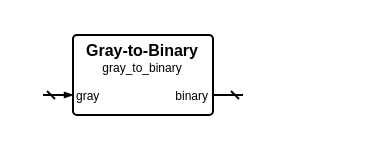
Earlier version of the draw.io diagram sources/encoding/gray/gray_to_binary.symbol.drawio (Louis-DR/OmniCores-BuildingBlocks). Source tidied: cells renumbered, new cells numbered last; positions are measured from the earlier drawing's top-left corner, leaving out a move shared by most shapes. Both pictures are drawn from the tidied source at 200%, with x=0, y=0 at pixel (42, 34).
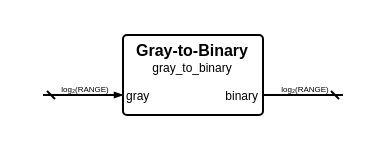
Above is the later version.

The edit, as a diff of the source:
```diff
@@
 <mxGraphModel>
   <root>
     <mxCell id="0" />
     <mxCell id="1" parent="0" />
     <mxCell id="2" style="group;" parent="1" vertex="1">
-      <mxGeometry width="100" height="40" as="geometry" />
+      <mxGeometry width="150" height="40" as="geometry" />
     </mxCell>
     <mxCell id="3" style="rounded=1;arcSize=5;fillColor=none;strokeWidth=1;strokeColor=black;whiteSpace=wrap;html=1;" parent="2" vertex="1">
-      <mxGeometry x="15" width="70" height="40" as="geometry" />
+      <mxGeometry x="40" width="70" height="40" as="geometry" />
     </mxCell>
     <mxCell id="4" value="Gray-to-Binary" style="text;html=1;align=center;verticalAlign=middle;whiteSpace=wrap;rounded=0;fontSize=8;fontStyle=1;fontColor=black;" parent="2" vertex="1">
-      <mxGeometry x="15" y="7" width="70" as="geometry" />
+      <mxGeometry x="40" y="7" width="70" as="geometry" />
     </mxCell>
     <mxCell id="5" value="gray_to_binary" style="text;html=1;align=center;verticalAlign=middle;whiteSpace=wrap;rounded=0;fontSize=6;fontStyle=0;fontColor=black;" parent="2" vertex="1">
-      <mxGeometry x="15" y="16" width="70" as="geometry" />
+      <mxGeometry x="40" y="16" width="70" as="geometry" />
     </mxCell>
     <mxCell id="6" value="gray" style="text;html=1;align=left;verticalAlign=middle;whiteSpace=wrap;rounded=0;fontSize=6;fontStyle=0;fontColor=black;" parent="2" vertex="1">
-      <mxGeometry x="15" y="30" width="70" as="geometry" />
+      <mxGeometry x="40" y="30" width="70" as="geometry" />
     </mxCell>
     <mxCell id="7" style="html=1;rounded=1;strokeWidth=1;strokeColor=black;startFill=0;startSize=2;startArrow=dash;endFill=1;endSize=2;endArrow=blockThin;sourcePerimeterSpacing=0;" parent="2" edge="1">
       <mxGeometry relative="1" as="geometry">
         <mxPoint y="30" as="sourcePoint" />
-        <mxPoint x="15" y="30" as="targetPoint" />
+        <mxPoint x="40" y="30" as="targetPoint" />
       </mxGeometry>
     </mxCell>
+    <mxCell id="10" value="log₂(RANGE)" style="text;html=1;align=center;verticalAlign=middle;whiteSpace=nowrap;rounded=0;fontSize=4;fontStyle=0;fontColor=black;" parent="2" vertex="1">
+      <mxGeometry x="20" y="27" as="geometry" />
+    </mxCell>
     <mxCell id="8" value="binary" style="text;html=1;align=right;verticalAlign=middle;whiteSpace=wrap;rounded=0;fontSize=6;fontStyle=0;fontColor=black;" parent="2" vertex="1">
-      <mxGeometry x="15" y="30" width="70" as="geometry" />
+      <mxGeometry x="40" y="30" width="70" as="geometry" />
     </mxCell>
     <mxCell id="9" style="html=1;rounded=1;strokeWidth=1;strokeColor=black;startFill=0;startSize=2;startArrow=dash;endFill=1;endSize=2;endArrow=none;sourcePerimeterSpacing=0;" parent="2" edge="1">
       <mxGeometry relative="1" as="geometry">
-        <mxPoint x="100" y="30" as="sourcePoint" />
-        <mxPoint x="85" y="30" as="targetPoint" />
+        <mxPoint x="150" y="30" as="sourcePoint" />
+        <mxPoint x="110" y="30" as="targetPoint" />
       </mxGeometry>
     </mxCell>
+    <mxCell id="11" value="log₂(RANGE)" style="text;html=1;align=center;verticalAlign=middle;whiteSpace=nowrap;rounded=0;fontSize=4;fontStyle=0;fontColor=black;" parent="2" vertex="1">
+      <mxGeometry x="130" y="27" as="geometry" />
+    </mxCell>
   </root>
 </mxGraphModel>
```
